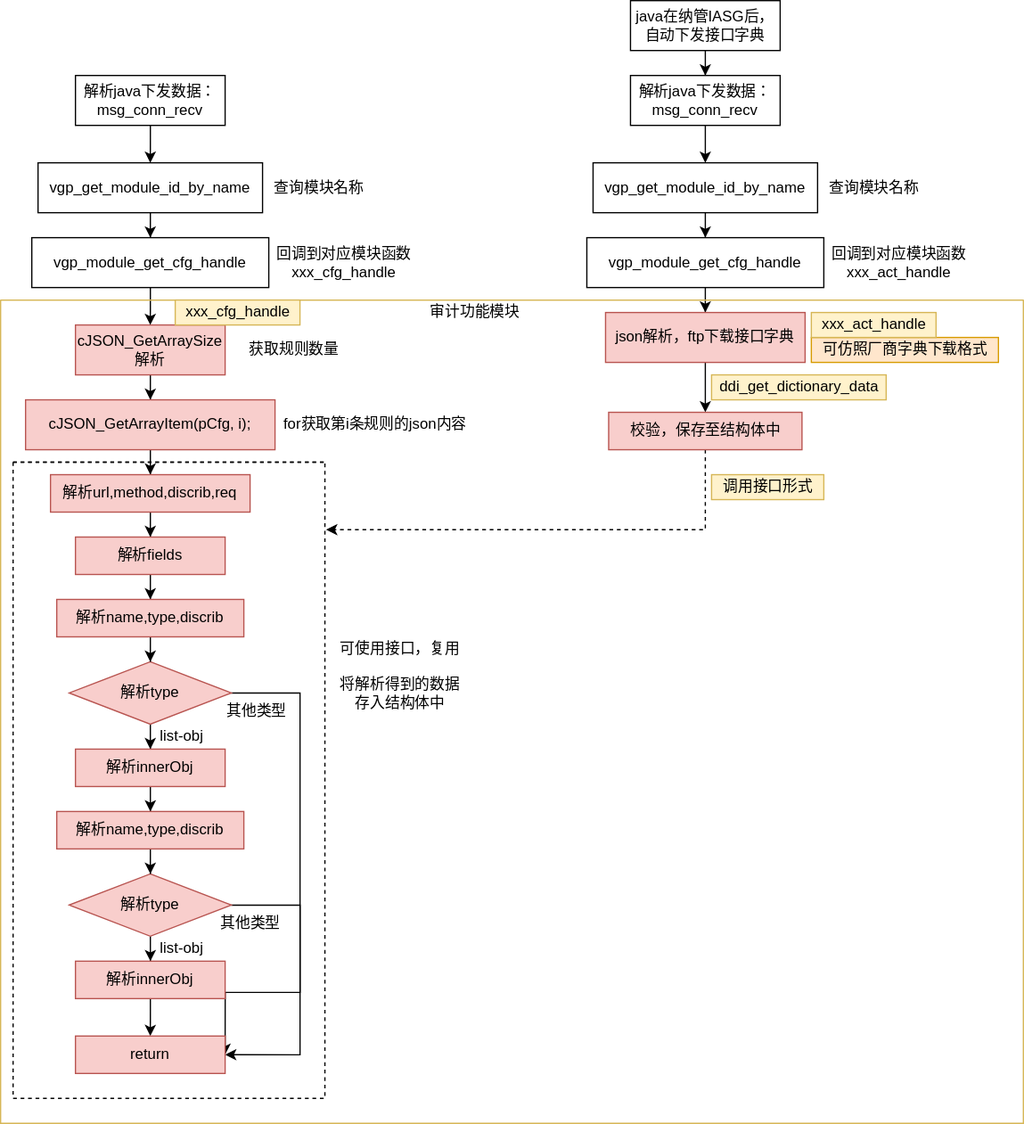
The draw.io diagram aaa.svg in Archive-ch/Web_Demo, before a commit. Source tidied: cells renumbered, new cells last; positions are measured from the earlier drawing's top-left corner, leaving out a move shared by most shapes.
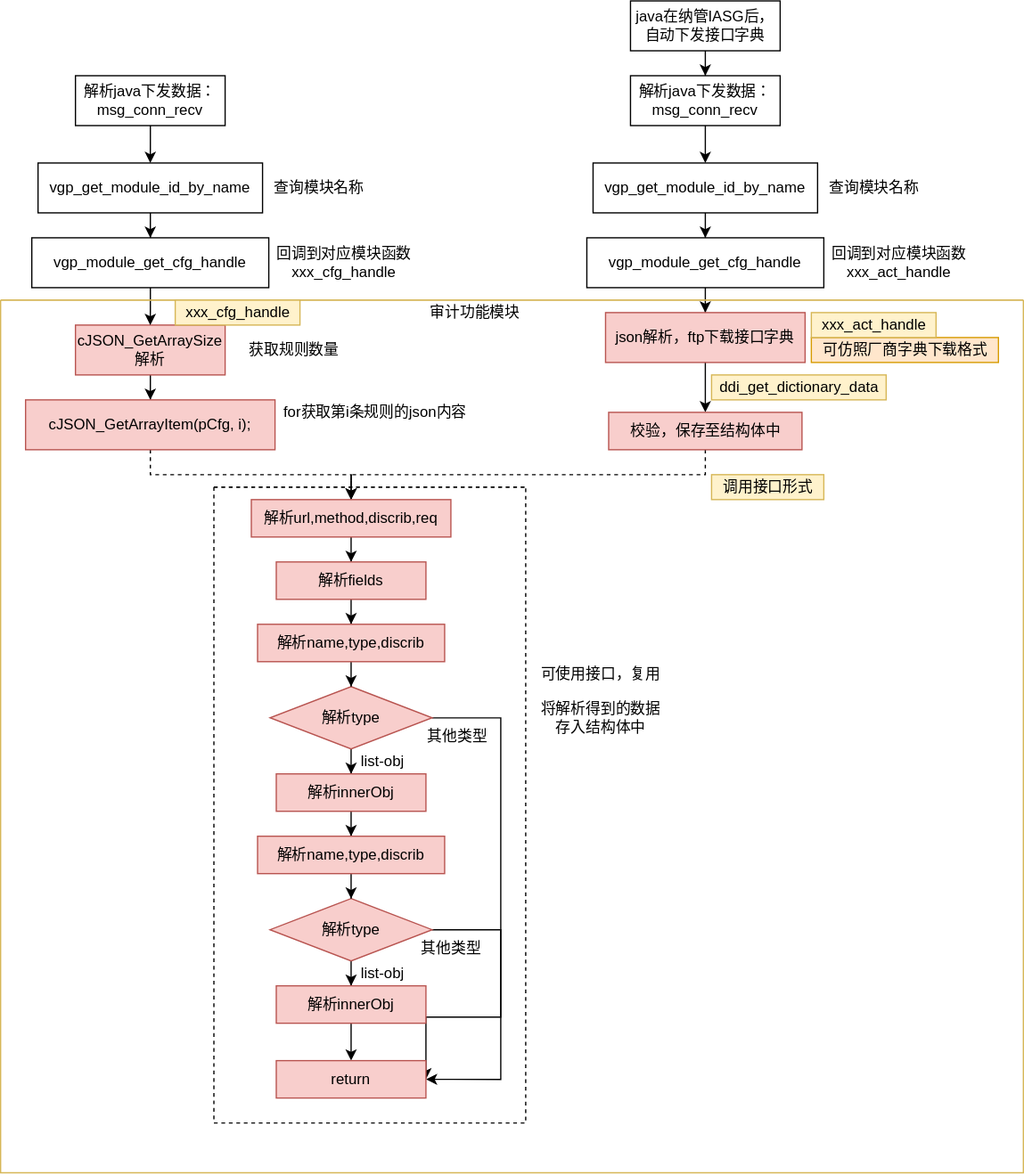
Later version of the same file.

What changed in the source:
```diff
@@ -43,60 +43,64 @@
     <mxCell id="12" value="获取规则数量" style="text;html=1;align=center;verticalAlign=middle;strokeColor=none;" parent="1" vertex="1">
       <mxGeometry x="190" y="270" width="90" height="20" as="geometry" />
     </mxCell>
-    <mxCell id="13" style="edgeStyle=orthogonalEdgeStyle;rounded=0;jettySize=auto;html=1;" parent="1" edge="1" source="14">
+    <mxCell id="13" style="edgeStyle=orthogonalEdgeStyle;rounded=0;orthogonalLoop=1;jettySize=auto;html=1;" parent="1" edge="1">
       <mxGeometry relative="1" as="geometry">
-        <mxPoint x="120" y="380" as="targetPoint" />
+        <mxPoint x="281.1" y="380" as="sourcePoint" />
+        <mxPoint x="281" y="400" as="targetPoint" />
       </mxGeometry>
     </mxCell>
+    <mxCell id="63" style="edgeStyle=orthogonalEdgeStyle;rounded=0;jettySize=auto;html=1;entryX=0.5;entryY=0;entryDx=0;entryDy=0;dashed=1;" parent="1" edge="1" source="14" target="17">
+      <mxGeometry relative="1" as="geometry" />
+    </mxCell>
     <mxCell id="14" value="cJSON_GetArrayItem(pCfg, i);" style="whiteSpace=wrap;html=1;fillColor=#f8cecc;strokeColor=#b85450;" parent="1" vertex="1">
       <mxGeometry x="20" y="320" width="200" height="40" as="geometry" />
     </mxCell>
     <mxCell id="15" value="for获取第i条规则的json内容" style="text;html=1;align=center;verticalAlign=middle;strokeColor=none;" parent="1" vertex="1">
-      <mxGeometry x="220" y="330" width="160" height="20" as="geometry" />
+      <mxGeometry x="220" y="320" width="160" height="20" as="geometry" />
     </mxCell>
     <mxCell id="16" style="edgeStyle=orthogonalEdgeStyle;rounded=0;jettySize=auto;html=1;" parent="1" edge="1" source="17">
       <mxGeometry relative="1" as="geometry">
-        <mxPoint x="120" y="430" as="targetPoint" />
+        <mxPoint x="281" y="450" as="targetPoint" />
       </mxGeometry>
     </mxCell>
     <mxCell id="17" value="解析url,method,discrib,req" style="whiteSpace=wrap;html=1;fillColor=#f8cecc;strokeColor=#b85450;" parent="1" vertex="1">
-      <mxGeometry x="40" y="380" width="160" height="30" as="geometry" />
+      <mxGeometry x="201" y="400" width="160" height="30" as="geometry" />
     </mxCell>
     <mxCell id="18" style="edgeStyle=orthogonalEdgeStyle;rounded=0;jettySize=auto;html=1;" parent="1" edge="1" source="19">
       <mxGeometry relative="1" as="geometry">
-        <mxPoint x="120" y="480" as="targetPoint" />
+        <mxPoint x="281" y="500" as="targetPoint" />
       </mxGeometry>
     </mxCell>
     <mxCell id="19" value="解析fields" style="whiteSpace=wrap;html=1;fillColor=#f8cecc;strokeColor=#b85450;" parent="1" vertex="1">
-      <mxGeometry x="60" y="430" width="120" height="30" as="geometry" />
+      <mxGeometry x="221" y="450" width="120" height="30" as="geometry" />
     </mxCell>
     <mxCell id="20" style="edgeStyle=orthogonalEdgeStyle;rounded=0;jettySize=auto;html=1;" parent="1" edge="1" source="22">
       <mxGeometry relative="1" as="geometry">
-        <mxPoint x="120" y="600" as="targetPoint" />
+        <mxPoint x="281" y="620" as="targetPoint" />
       </mxGeometry>
     </mxCell>
     <mxCell id="21" style="edgeStyle=orthogonalEdgeStyle;rounded=0;jettySize=auto;html=1;entryX=1;entryY=0.5;entryDx=0;entryDy=0;" parent="1" edge="1" source="22" target="34">
       <mxGeometry relative="1" as="geometry">
         <Array as="points">
-          <mxPoint x="240" y="555" />
-          <mxPoint x="240" y="795" />
+          <mxPoint x="401" y="575" />
+          <mxPoint x="401" y="815" />
         </Array>
       </mxGeometry>
     </mxCell>
     <mxCell id="22" value="解析type" style="rhombus;whiteSpace=wrap;html=1;fillColor=#f8cecc;strokeColor=#b85450;" parent="1" vertex="1">
-      <mxGeometry x="55" y="530" width="130" height="50" as="geometry" />
+      <mxGeometry x="216" y="550" width="130" height="50" as="geometry" />
     </mxCell>
     <mxCell id="23" style="edgeStyle=orthogonalEdgeStyle;rounded=0;jettySize=auto;html=1;" parent="1" edge="1" source="24" target="38">
       <mxGeometry relative="1" as="geometry" />
     </mxCell>
     <mxCell id="24" value="解析innerObj" style="whiteSpace=wrap;html=1;fillColor=#f8cecc;strokeColor=#b85450;" parent="1" vertex="1">
-      <mxGeometry x="60" y="600" width="120" height="30" as="geometry" />
+      <mxGeometry x="221" y="620" width="120" height="30" as="geometry" />
     </mxCell>
     <mxCell id="25" style="edgeStyle=orthogonalEdgeStyle;rounded=0;jettySize=auto;html=1;entryX=0.5;entryY=0;entryDx=0;entryDy=0;" parent="1" edge="1" source="26" target="22">
       <mxGeometry relative="1" as="geometry" />
     </mxCell>
     <mxCell id="26" value="解析name,type,discrib" style="whiteSpace=wrap;html=1;fillColor=#f8cecc;strokeColor=#b85450;" parent="1" vertex="1">
-      <mxGeometry x="45" y="480" width="150" height="30" as="geometry" />
+      <mxGeometry x="206" y="500" width="150" height="30" as="geometry" />
     </mxCell>
     <mxCell id="27" style="edgeStyle=orthogonalEdgeStyle;rounded=0;jettySize=auto;html=1;" parent="1" edge="1" source="29" target="32">
       <mxGeometry relative="1" as="geometry" />
@@ -104,51 +108,51 @@
     <mxCell id="28" style="edgeStyle=orthogonalEdgeStyle;rounded=0;jettySize=auto;html=1;entryX=1;entryY=0.5;entryDx=0;entryDy=0;" parent="1" edge="1" source="29" target="34">
       <mxGeometry relative="1" as="geometry">
         <Array as="points">
-          <mxPoint x="240" y="725" />
-          <mxPoint x="240" y="845" />
+          <mxPoint x="401" y="745" />
+          <mxPoint x="401" y="865" />
         </Array>
       </mxGeometry>
     </mxCell>
     <mxCell id="29" value="解析type" style="rhombus;whiteSpace=wrap;html=1;fillColor=#f8cecc;strokeColor=#b85450;" parent="1" vertex="1">
-      <mxGeometry x="55" y="700" width="130" height="50" as="geometry" />
+      <mxGeometry x="216" y="720" width="130" height="50" as="geometry" />
     </mxCell>
     <mxCell id="30" value="list-obj" style="text;html=1;align=center;verticalAlign=middle;strokeColor=none;" parent="1" vertex="1">
-      <mxGeometry x="120" y="750" width="50" height="20" as="geometry" />
+      <mxGeometry x="281" y="770" width="50" height="20" as="geometry" />
     </mxCell>
     <mxCell id="31" style="edgeStyle=orthogonalEdgeStyle;rounded=0;jettySize=auto;html=1;" parent="1" edge="1" source="32">
       <mxGeometry relative="1" as="geometry">
-        <mxPoint x="120" y="830" as="targetPoint" />
+        <mxPoint x="281" y="850" as="targetPoint" />
       </mxGeometry>
     </mxCell>
     <mxCell id="32" value="解析innerObj" style="whiteSpace=wrap;html=1;fillColor=#f8cecc;strokeColor=#b85450;" parent="1" vertex="1">
-      <mxGeometry x="60" y="770" width="120" height="30" as="geometry" />
+      <mxGeometry x="221" y="790" width="120" height="30" as="geometry" />
     </mxCell>
     <mxCell id="33" value="list-obj" style="text;html=1;align=center;verticalAlign=middle;strokeColor=none;" parent="1" vertex="1">
-      <mxGeometry x="120" y="580" width="50" height="20" as="geometry" />
+      <mxGeometry x="281" y="600" width="50" height="20" as="geometry" />
     </mxCell>
     <mxCell id="34" value="return" style="whiteSpace=wrap;html=1;fillColor=#f8cecc;strokeColor=#b85450;" parent="1" vertex="1">
-      <mxGeometry x="60" y="830" width="120" height="30" as="geometry" />
+      <mxGeometry x="221" y="850" width="120" height="30" as="geometry" />
     </mxCell>
     <mxCell id="35" value="其他类型" style="text;html=1;align=center;verticalAlign=middle;strokeColor=none;" parent="1" vertex="1">
-      <mxGeometry x="175" y="560" width="60" height="20" as="geometry" />
+      <mxGeometry x="336" y="580" width="60" height="20" as="geometry" />
     </mxCell>
     <mxCell id="36" value="其他类型" style="text;html=1;align=center;verticalAlign=middle;strokeColor=none;" parent="1" vertex="1">
-      <mxGeometry x="170" y="730" width="60" height="20" as="geometry" />
+      <mxGeometry x="331" y="750" width="60" height="20" as="geometry" />
     </mxCell>
     <mxCell id="37" style="edgeStyle=orthogonalEdgeStyle;rounded=0;jettySize=auto;html=1;entryX=0.5;entryY=0;entryDx=0;entryDy=0;" parent="1" edge="1" source="38" target="29">
       <mxGeometry relative="1" as="geometry" />
     </mxCell>
     <mxCell id="38" value="解析name,type,discrib" style="whiteSpace=wrap;html=1;fillColor=#f8cecc;strokeColor=#b85450;" parent="1" vertex="1">
-      <mxGeometry x="45" y="650" width="150" height="30" as="geometry" />
+      <mxGeometry x="206" y="670" width="150" height="30" as="geometry" />
     </mxCell>
     <mxCell id="39" style="swimlane;startSize=0;dashed=1;" parent="1" vertex="1">
-      <mxGeometry x="10" y="370" width="250" height="510" as="geometry" />
+      <mxGeometry x="171" y="390" width="250" height="510" as="geometry" />
     </mxCell>
     <mxCell id="40" value="可使用接口，复用" style="text;html=1;align=center;verticalAlign=middle;strokeColor=none;" parent="1" vertex="1">
-      <mxGeometry x="265" y="510" width="110" height="20" as="geometry" />
+      <mxGeometry x="426" y="530" width="110" height="20" as="geometry" />
     </mxCell>
     <mxCell id="41" value="将解析得到的数据&lt;br&gt;存入结构体中" style="text;html=1;align=center;verticalAlign=middle;strokeColor=none;" parent="1" vertex="1">
-      <mxGeometry x="265" y="540" width="110" height="30" as="geometry" />
+      <mxGeometry x="426" y="560" width="110" height="30" as="geometry" />
     </mxCell>
     <mxCell id="42" style="edgeStyle=orthogonalEdgeStyle;rounded=0;jettySize=auto;html=1;" parent="1" edge="1" source="43">
       <mxGeometry relative="1" as="geometry">
@@ -194,13 +198,14 @@
     <mxCell id="53" value="json解析，ftp下载接口字典" style="whiteSpace=wrap;html=1;fillColor=#f8cecc;strokeColor=#b85450;" parent="1" vertex="1">
       <mxGeometry x="485" y="250" width="160" height="40" as="geometry" />
     </mxCell>
-    <mxCell id="54" style="edgeStyle=orthogonalEdgeStyle;rounded=0;jettySize=auto;html=1;entryX=1.004;entryY=0.106;entryDx=0;entryDy=0;entryPerimeter=0;dashed=1;" parent="1" edge="1" source="55" target="39">
-      <mxGeometry relative="1" as="geometry">
-        <Array as="points">
-          <mxPoint x="565" y="424" />
-        </Array>
-      </mxGeometry>
-    </mxCell>
+    <mxCell id="64" style="edgeStyle=orthogonalEdgeStyle;rounded=0;jettySize=auto;html=1;dashed=1;" parent="1" edge="1" source="55" target="17">
+      <mxGeometry relative="1" as="geometry">
+        <Array as="points">
+          <mxPoint x="565" y="380" />
+          <mxPoint x="281" y="380" />
+        </Array>
+      </mxGeometry>
+    </mxCell>
     <mxCell id="55" value="校验，保存至结构体中" style="whiteSpace=wrap;html=1;fillColor=#f8cecc;strokeColor=#b85450;" parent="1" vertex="1">
       <mxGeometry x="487.5" y="330" width="155" height="30" as="geometry" />
     </mxCell>
@@ -211,7 +216,7 @@
       <mxGeometry x="570" y="380" width="90" height="20" as="geometry" />
     </mxCell>
     <mxCell id="58" style="swimlane;startSize=0;fillColor=#fff2cc;strokeColor=#d6b656;" parent="1" vertex="1">
-      <mxGeometry y="240" width="820" height="660" as="geometry" />
+      <mxGeometry y="240" width="820" height="700" as="geometry" />
     </mxCell>
     <mxCell id="59" value="审计功能模块" style="text;html=1;align=center;verticalAlign=middle;strokeColor=none;" parent="58" vertex="1">
       <mxGeometry x="335" width="90" height="20" as="geometry" />
```
